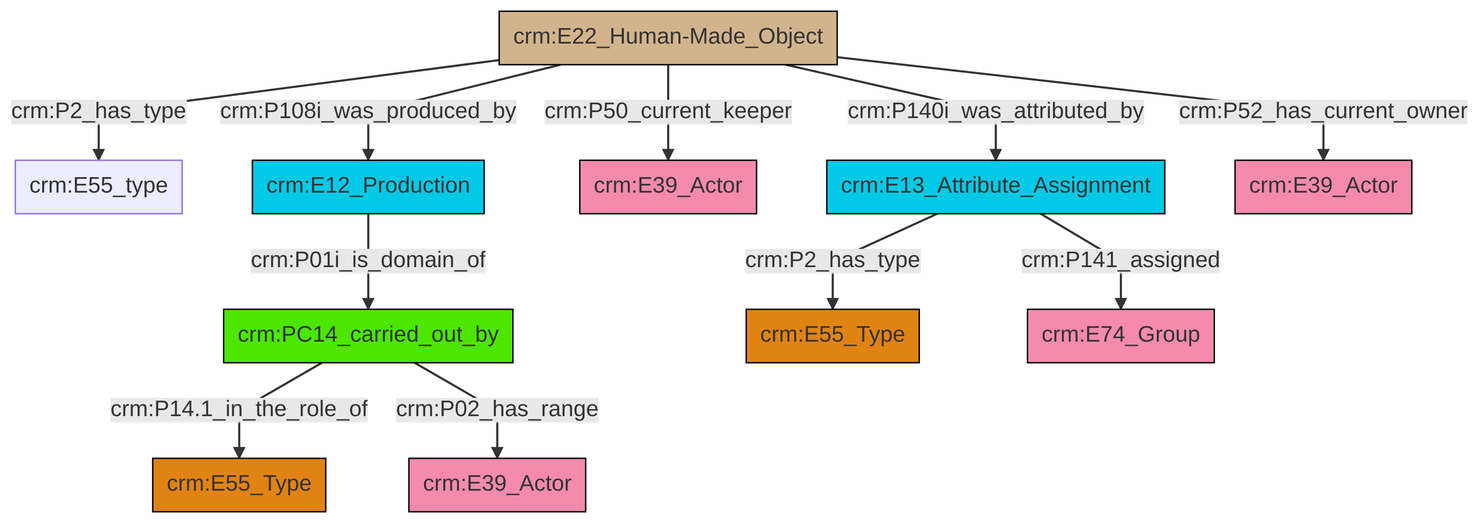
Earlier version of the Mermaid export et/artworkCSV/ttl/mmd/png/Artwork_Actor_Relations.png (swiss-art-research-net/reference-data-models). Its source is kept beside it as et/artworkCSV/ttl/mmd/Artwork_Actor_Relations.ttl.mmd.
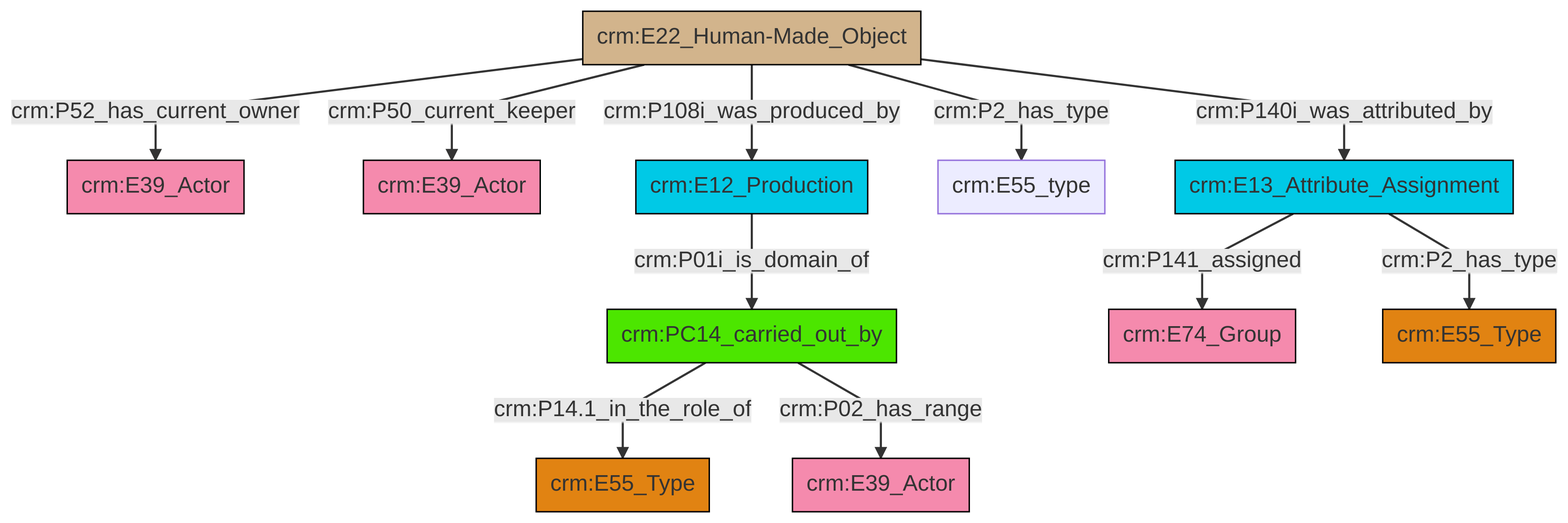
After the commit.

The edit, as a diff of the source:
```diff
@@ -14,12 +14,12 @@
 classDef Multi fill:#cccccc,stroke:#000000;
 
 0["crm:PC14_carried_out_by"]:::PC_Classes -->|crm:P14.1_in_the_role_of| 1["crm:E55_Type"]:::Type
-0["crm:PC14_carried_out_by"]:::PC_Classes -->|crm:P02_has_range| 4["crm:E39_Actor"]:::Actor
-5["crm:E13_Attribute_Assignment"]:::Temporal_Entity -->|crm:P2_has_type| 6["crm:E55_Type"]:::Type
-12["crm:E12_Production"]:::Temporal_Entity -->|crm:P01i_is_domain_of| 0["crm:PC14_carried_out_by"]:::PC_Classes
-5["crm:E13_Attribute_Assignment"]:::Temporal_Entity -->|crm:P141_assigned| 14["crm:E74_Group"]:::Actor
-7["crm:E22_Human-Made_Object"]:::Physical_Thing -->|crm:P108i_was_produced_by| 12["crm:E12_Production"]:::Temporal_Entity
-7["crm:E22_Human-Made_Object"]:::Physical_Thing -->|crm:P50_current_keeper| 10["crm:E39_Actor"]:::Actor
-7["crm:E22_Human-Made_Object"]:::Physical_Thing -->|crm:P52_has_current_owner| 17["crm:E39_Actor"]:::Actor
-7["crm:E22_Human-Made_Object"]:::Physical_Thing -->|crm:P2_has_type| 2["crm:E55_type"]:::Default
-7["crm:E22_Human-Made_Object"]:::Physical_Thing -->|crm:P140i_was_attributed_by| 5["crm:E13_Attribute_Assignment"]:::Temporal_Entity
+2["crm:E22_Human-Made_Object"]:::Physical_Thing -->|crm:P52_has_current_owner| 3["crm:E39_Actor"]:::Actor
+2["crm:E22_Human-Made_Object"]:::Physical_Thing -->|crm:P140i_was_attributed_by| 6["crm:E13_Attribute_Assignment"]:::Temporal_Entity
+0["crm:PC14_carried_out_by"]:::PC_Classes -->|crm:P02_has_range| 16["crm:E39_Actor"]:::Actor
+6["crm:E13_Attribute_Assignment"]:::Temporal_Entity -->|crm:P141_assigned| 7["crm:E74_Group"]:::Actor
+2["crm:E22_Human-Made_Object"]:::Physical_Thing -->|crm:P2_has_type| 18["crm:E55_type"]:::Default
+2["crm:E22_Human-Made_Object"]:::Physical_Thing -->|crm:P50_current_keeper| 4["crm:E39_Actor"]:::Actor
+19["crm:E12_Production"]:::Temporal_Entity -->|crm:P01i_is_domain_of| 0["crm:PC14_carried_out_by"]:::PC_Classes
+6["crm:E13_Attribute_Assignment"]:::Temporal_Entity -->|crm:P2_has_type| 9["crm:E55_Type"]:::Type
+2["crm:E22_Human-Made_Object"]:::Physical_Thing -->|crm:P108i_was_produced_by| 19["crm:E12_Production"]:::Temporal_Entity
```
